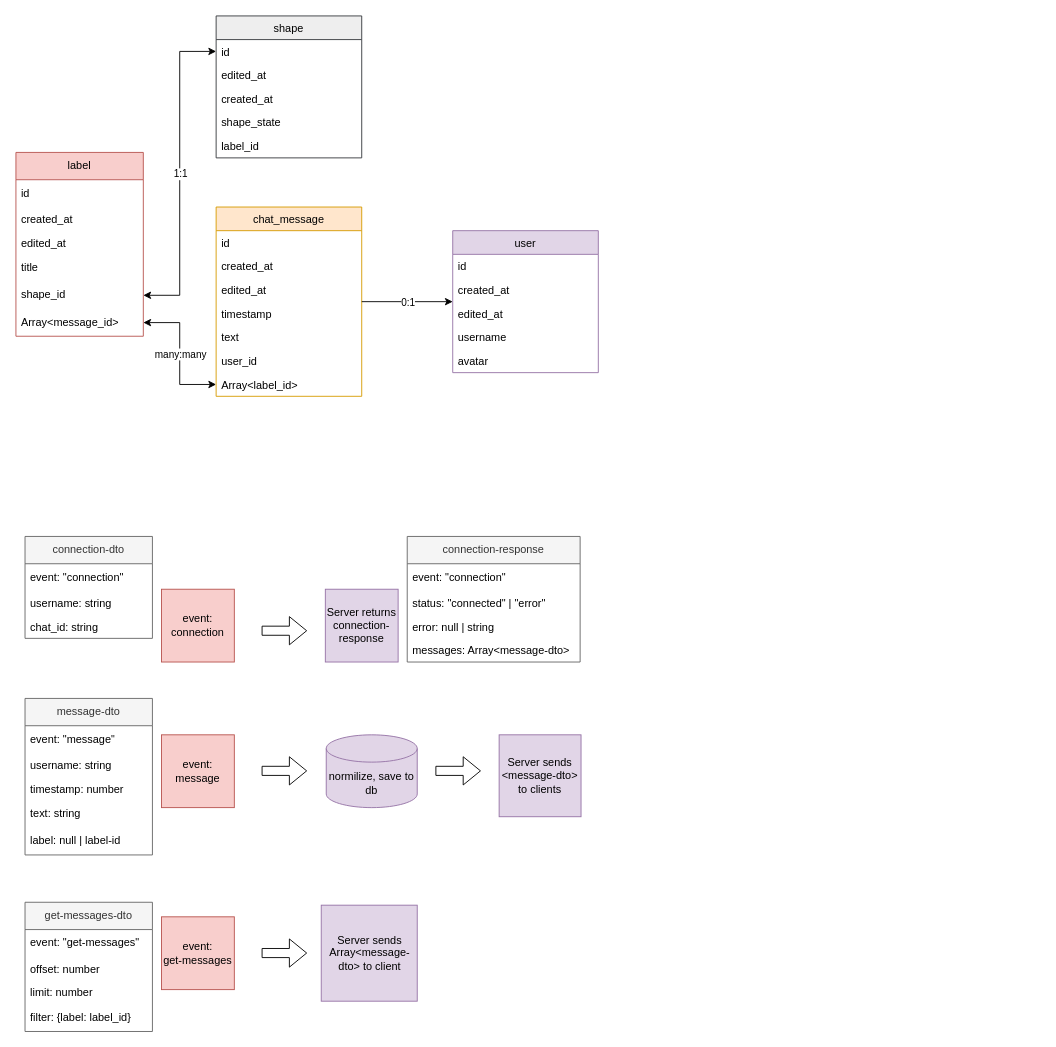
bestsvetny/squeezer keeps this draw.io diagram as squeezer.drawio. Above is the earlier version. Source tidied: cells renumbered, new cells numbered last; positions are measured from the earlier drawing's top-left corner, leaving out a move shared by most shapes. Both pictures are drawn from the tidied source at 91%, with x=0, y=0 at pixel (15, 15).
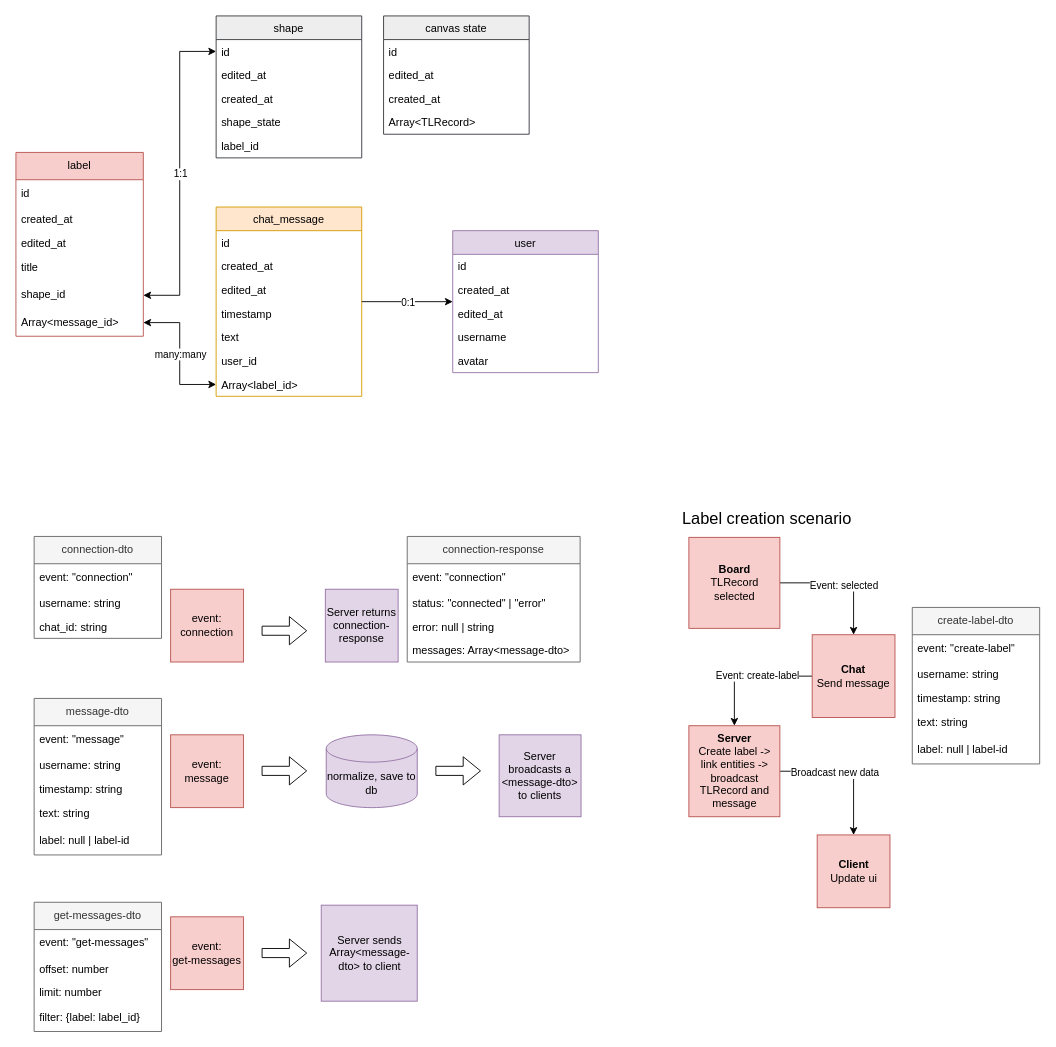
Above is the later version.

The edit, as a diff of the source:
```diff
@@
     <mxCell id="35" value="connection-dto" style="swimlane;fontStyle=0;horizontal=1;startSize=30;whiteSpace=wrap;html=1;fillColor=#f5f5f5;strokeColor=#666666;fontColor=#333333;" parent="1" vertex="1">
-      <mxGeometry x="10" y="572" width="140" height="112" as="geometry" />
+      <mxGeometry x="20" y="572" width="140" height="112" as="geometry" />
     </mxCell>
@@
     <mxCell id="39" value="message-dto" style="swimlane;fontStyle=0;horizontal=1;startSize=30;whiteSpace=wrap;html=1;fillColor=#f5f5f5;strokeColor=#666666;fontColor=#333333;" parent="1" vertex="1">
-      <mxGeometry x="10" y="750" width="140" height="172" as="geometry" />
+      <mxGeometry x="20" y="750" width="140" height="172" as="geometry" />
     </mxCell>
@@
-    <mxCell id="42" value="timestamp: number" style="text;align=left;verticalAlign=top;spacingLeft=4;spacingRight=4;overflow=hidden;rounded=0;shadow=0;html=0;" parent="39" vertex="1">
+    <mxCell id="42" value="timestamp: string" style="text;align=left;verticalAlign=top;spacingLeft=4;spacingRight=4;overflow=hidden;rounded=0;shadow=0;html=0;" parent="39" vertex="1">
       <mxGeometry y="86" width="140" height="26" as="geometry" />
     </mxCell>
@@
     <mxCell id="50" value="get-messages-dto" style="swimlane;fontStyle=0;horizontal=1;startSize=30;whiteSpace=wrap;html=1;fillColor=#f5f5f5;strokeColor=#666666;fontColor=#333333;" parent="1" vertex="1">
-      <mxGeometry x="10" y="974" width="140" height="142" as="geometry" />
+      <mxGeometry x="20" y="974" width="140" height="142" as="geometry" />
     </mxCell>
@@
-    <mxCell id="55" value="Server sends &amp;lt;message-dto&amp;gt; to clients" style="whiteSpace=wrap;html=1;fillColor=#e1d5e7;strokeColor=#9673a6;" parent="1" vertex="1">
+    <mxCell id="55" value="Server broadcasts a &amp;lt;message-dto&amp;gt; to clients" style="whiteSpace=wrap;html=1;fillColor=#e1d5e7;strokeColor=#9673a6;" parent="1" vertex="1">
       <mxGeometry x="531" y="790" width="90" height="90" as="geometry" />
     </mxCell>
-    <mxCell id="56" value="normilize, save to db" style="shape=cylinder3;whiteSpace=wrap;html=1;boundedLbl=1;backgroundOutline=1;size=15;fillColor=#e1d5e7;strokeColor=#9673a6;" parent="1" vertex="1">
+    <mxCell id="56" value="normalize, save to db" style="shape=cylinder3;whiteSpace=wrap;html=1;boundedLbl=1;backgroundOutline=1;size=15;fillColor=#e1d5e7;strokeColor=#9673a6;" parent="1" vertex="1">
       <mxGeometry x="341" y="790" width="100" height="80" as="geometry" />
     </mxCell>
@@
     <mxCell id="62" value="event: connection" style="whiteSpace=wrap;html=1;fillColor=#f8cecc;strokeColor=#b85450;" parent="1" vertex="1">
-      <mxGeometry x="160" y="630" width="80" height="80" as="geometry" />
+      <mxGeometry x="170" y="630" width="80" height="80" as="geometry" />
     </mxCell>
@@
     <mxCell id="64" value="event:&lt;br&gt;message" style="whiteSpace=wrap;html=1;fillColor=#f8cecc;strokeColor=#b85450;" parent="1" vertex="1">
-      <mxGeometry x="160" y="790" width="80" height="80" as="geometry" />
+      <mxGeometry x="170" y="790" width="80" height="80" as="geometry" />
     </mxCell>
     <mxCell id="65" value="event:&lt;br&gt;get-messages" style="whiteSpace=wrap;html=1;fillColor=#f8cecc;strokeColor=#b85450;" parent="1" vertex="1">
-      <mxGeometry x="160" y="990" width="80" height="80" as="geometry" />
+      <mxGeometry x="170" y="990" width="80" height="80" as="geometry" />
     </mxCell>
+    <mxCell id="66" value="canvas state" style="swimlane;fontStyle=0;align=center;verticalAlign=top;horizontal=1;startSize=26;rounded=0;shadow=0;strokeWidth=1;fillColor=#eeeeee;strokeColor=#36393d;" parent="1" vertex="1">
+      <mxGeometry x="404" width="160" height="130" as="geometry" />
+    </mxCell>
+    <mxCell id="67" value="id" style="text;align=left;verticalAlign=top;spacingLeft=4;spacingRight=4;overflow=hidden;strokeColor=none;" parent="66" vertex="1">
+      <mxGeometry y="26" width="160" height="26" as="geometry" />
+    </mxCell>
+    <mxCell id="68" value="edited_at" style="text;align=left;verticalAlign=top;spacingLeft=4;spacingRight=4;overflow=hidden;rounded=0;shadow=0;html=0;" parent="66" vertex="1">
+      <mxGeometry y="52" width="160" height="26" as="geometry" />
+    </mxCell>
+    <mxCell id="69" value="created_at" style="text;align=left;verticalAlign=top;spacingLeft=4;spacingRight=4;overflow=hidden;rounded=0;shadow=0;html=0;" parent="66" vertex="1">
+      <mxGeometry y="78" width="160" height="26" as="geometry" />
+    </mxCell>
+    <mxCell id="70" value="Array&lt;TLRecord&gt;" style="text;align=left;verticalAlign=top;spacingLeft=4;spacingRight=4;overflow=hidden;rounded=0;shadow=0;html=0;" parent="66" vertex="1">
+      <mxGeometry y="104" width="160" height="26" as="geometry" />
+    </mxCell>
+    <mxCell id="71" value="&lt;font style=&quot;font-size: 18px;&quot;&gt;Label creation scenario&lt;/font&gt;" style="text;html=1;align=center;verticalAlign=middle;strokeColor=none;fillColor=none;" parent="1" vertex="1">
+      <mxGeometry x="720" y="533" width="210" height="40" as="geometry" />
+    </mxCell>
+    <mxCell id="72" style="edgeStyle=orthogonalEdgeStyle;rounded=0;jettySize=auto;html=1;" parent="1" edge="1" source="74" target="77">
+      <mxGeometry relative="1" as="geometry" />
+    </mxCell>
+    <mxCell id="73" value="Event: selected" style="edgeLabel;html=1;align=center;verticalAlign=middle;" parent="72" vertex="1">
+      <mxGeometry x="0.02" y="-2" relative="1" as="geometry" />
+    </mxCell>
+    <mxCell id="74" value="&lt;b&gt;Board&lt;/b&gt;&lt;br&gt;TLRecord selected" style="whiteSpace=wrap;html=1;fillColor=#f8cecc;strokeColor=#b85450;" parent="1" vertex="1">
+      <mxGeometry x="739.5" y="573" width="100" height="100" as="geometry" />
+    </mxCell>
+    <mxCell id="75" style="edgeStyle=orthogonalEdgeStyle;rounded=0;jettySize=auto;html=1;" parent="1" edge="1" source="77" target="86">
+      <mxGeometry relative="1" as="geometry" />
+    </mxCell>
+    <mxCell id="76" value="Event: create-label" style="edgeLabel;html=1;align=center;verticalAlign=middle;" parent="75" vertex="1">
+      <mxGeometry x="-0.13" y="-1" relative="1" as="geometry" />
+    </mxCell>
+    <mxCell id="77" value="&lt;b&gt;Chat&lt;/b&gt;&lt;br&gt;Send message" style="whiteSpace=wrap;html=1;fillColor=#f8cecc;strokeColor=#b85450;" parent="1" vertex="1">
+      <mxGeometry x="875" y="680" width="91" height="91" as="geometry" />
+    </mxCell>
+    <mxCell id="78" value="create-label-dto" style="swimlane;fontStyle=0;horizontal=1;startSize=30;whiteSpace=wrap;html=1;fillColor=#f5f5f5;strokeColor=#666666;fontColor=#333333;" parent="1" vertex="1">
+      <mxGeometry x="985" y="650" width="140" height="172" as="geometry" />
+    </mxCell>
+    <mxCell id="79" value="event: &quot;create-label&quot;" style="text;strokeColor=none;fillColor=none;align=left;verticalAlign=middle;spacingLeft=4;spacingRight=4;overflow=hidden;whiteSpace=wrap;html=1;" parent="78" vertex="1">
+      <mxGeometry y="30" width="140" height="30" as="geometry" />
+    </mxCell>
+    <mxCell id="80" value="username: string" style="text;align=left;verticalAlign=top;spacingLeft=4;spacingRight=4;overflow=hidden;rounded=0;shadow=0;html=0;" parent="78" vertex="1">
+      <mxGeometry y="60" width="140" height="26" as="geometry" />
+    </mxCell>
+    <mxCell id="81" value="timestamp: string" style="text;align=left;verticalAlign=top;spacingLeft=4;spacingRight=4;overflow=hidden;rounded=0;shadow=0;html=0;" parent="78" vertex="1">
+      <mxGeometry y="86" width="140" height="26" as="geometry" />
+    </mxCell>
+    <mxCell id="82" value="text: string" style="text;strokeColor=none;fillColor=none;align=left;verticalAlign=middle;spacingLeft=4;spacingRight=4;overflow=hidden;whiteSpace=wrap;html=1;" parent="78" vertex="1">
+      <mxGeometry y="112" width="140" height="30" as="geometry" />
+    </mxCell>
+    <mxCell id="83" value="label: null | label-id" style="text;strokeColor=none;fillColor=none;align=left;verticalAlign=middle;spacingLeft=4;spacingRight=4;overflow=hidden;whiteSpace=wrap;html=1;" parent="78" vertex="1">
+      <mxGeometry y="142" width="140" height="30" as="geometry" />
+    </mxCell>
+    <mxCell id="84" style="edgeStyle=orthogonalEdgeStyle;rounded=0;jettySize=auto;html=1;" parent="1" edge="1" source="86" target="87">
+      <mxGeometry relative="1" as="geometry" />
+    </mxCell>
+    <mxCell id="85" value="Broadcast new data" style="edgeLabel;html=1;align=center;verticalAlign=middle;" parent="84" vertex="1">
+      <mxGeometry x="-0.2" y="-1" relative="1" as="geometry" />
+    </mxCell>
+    <mxCell id="86" value="&lt;b&gt;Server&lt;/b&gt;&lt;br&gt;Create label -&amp;gt;&lt;br&gt;link entities -&amp;gt;&lt;br&gt;broadcast TLRecord and message" style="whiteSpace=wrap;html=1;fillColor=#f8cecc;strokeColor=#b85450;" parent="1" vertex="1">
+      <mxGeometry x="739.5" y="780" width="100" height="100" as="geometry" />
+    </mxCell>
+    <mxCell id="87" value="&lt;b&gt;Client&lt;/b&gt;&lt;br&gt;Update ui" style="whiteSpace=wrap;html=1;fillColor=#f8cecc;strokeColor=#b85450;" parent="1" vertex="1">
+      <mxGeometry x="880.5" y="900" width="80" height="80" as="geometry" />
+    </mxCell>
```
